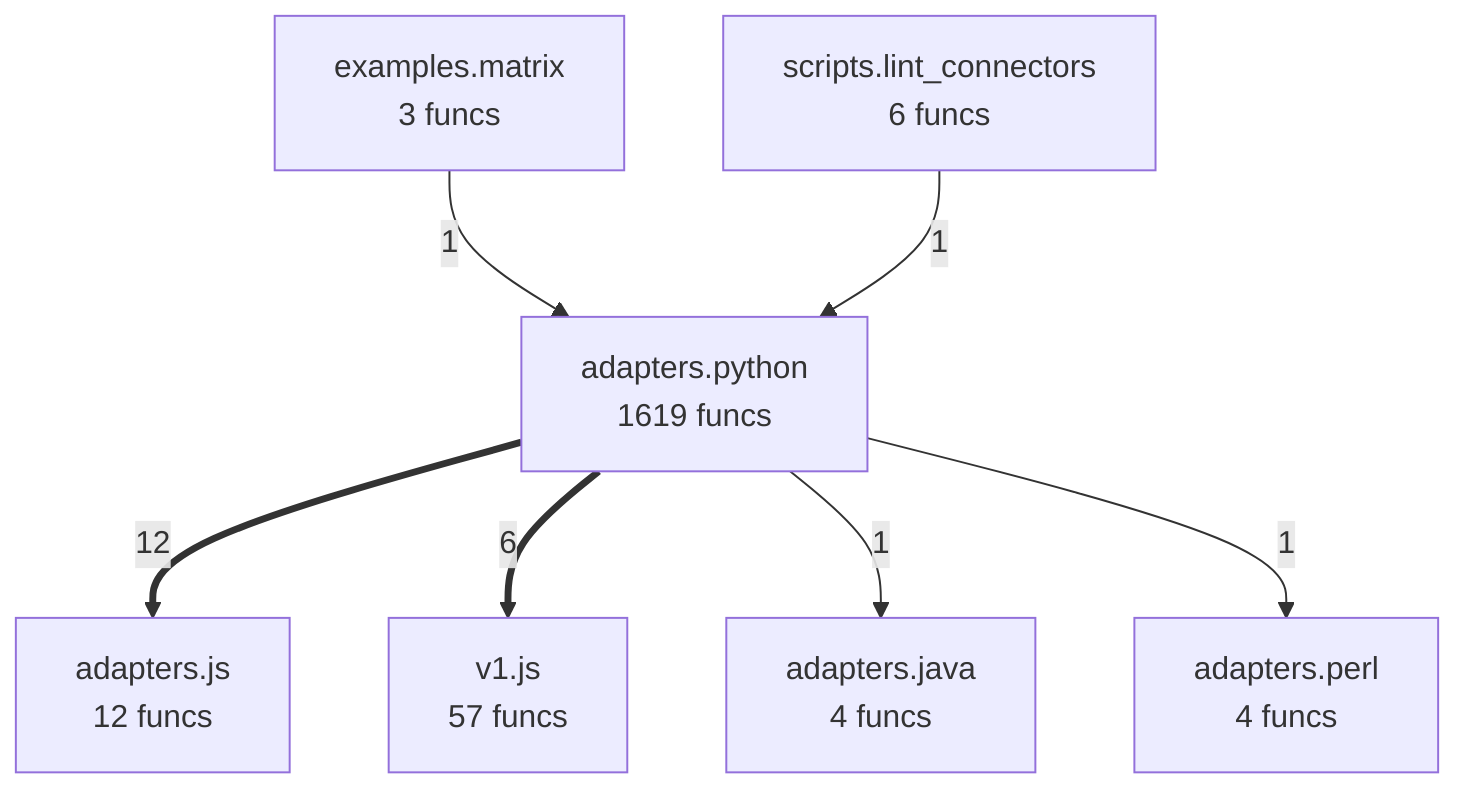
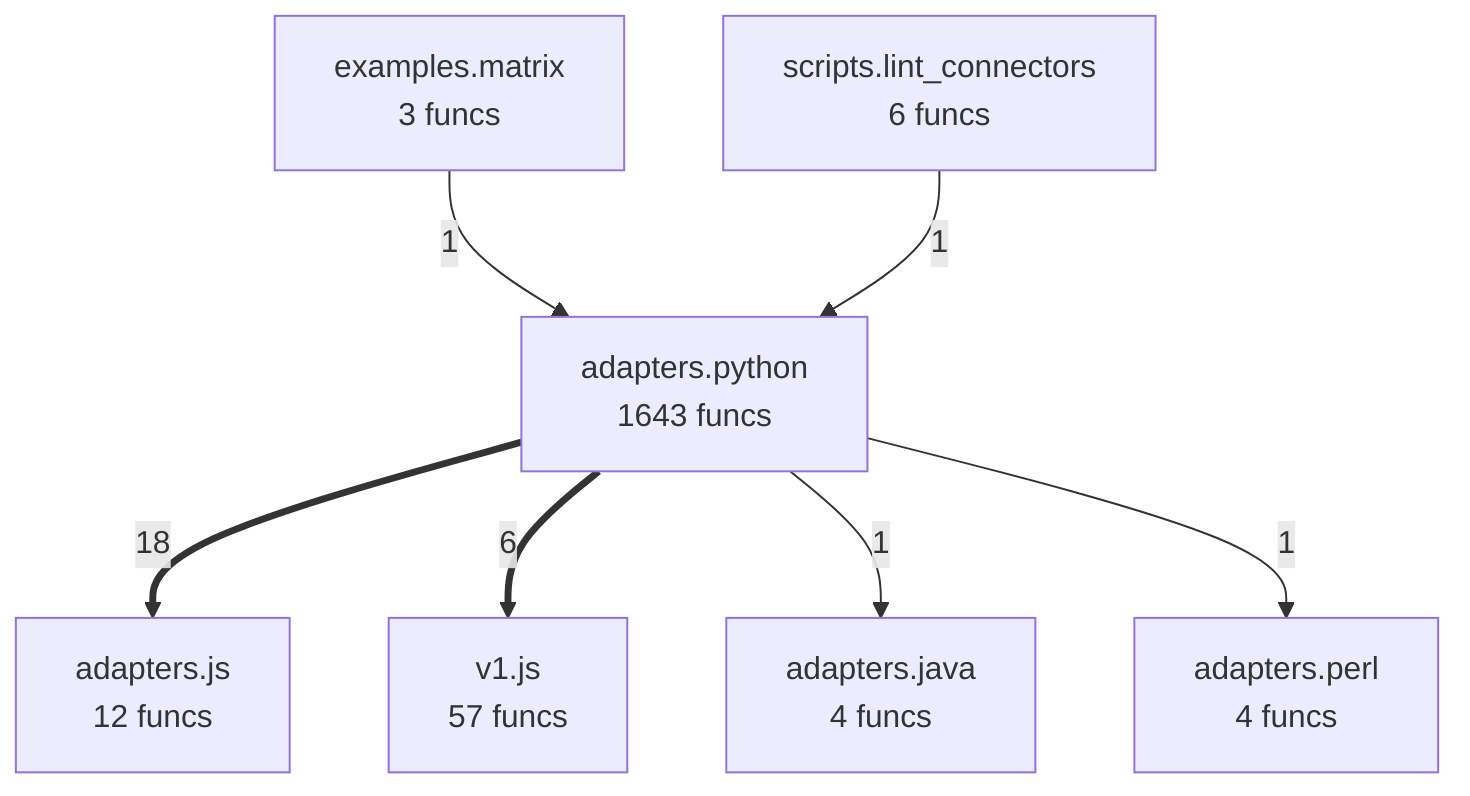
flowchart TD
%% generated in 0.04s
    adapters__java["adapters.java<br/>4 funcs"]
    adapters__js["adapters.js<br/>12 funcs"]
    adapters__perl["adapters.perl<br/>4 funcs"]
-     adapters__python["adapters.python<br/>1619 funcs"]
+     adapters__python["adapters.python<br/>1643 funcs"]
    examples__matrix["examples.matrix<br/>3 funcs"]
    scripts__lint_connectors["scripts.lint_connectors<br/>6 funcs"]
    v1__js["v1.js<br/>57 funcs"]
-     adapters__python ==>|12| adapters__js
+     adapters__python ==>|18| adapters__js
    adapters__python ==>|6| v1__js
    examples__matrix -->|1| adapters__python
    scripts__lint_connectors -->|1| adapters__python
    adapters__python -->|1| adapters__java
    adapters__python -->|1| adapters__perl
